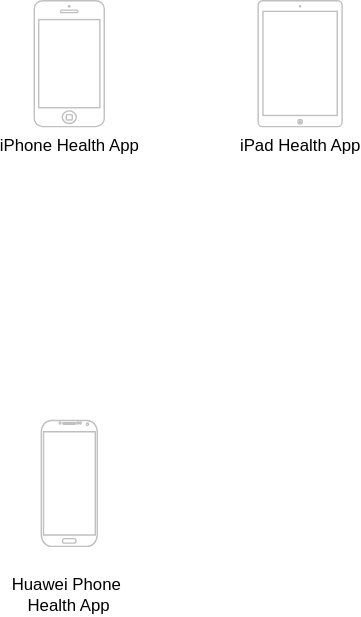
Earlier version of the draw.io export 运动健康云0层架构.drawio.svg (HuaHero/JavaGuide). Source tidied: cells renumbered, new cells last; positions are measured from the earlier drawing's top-left corner, leaving out a move shared by most shapes.
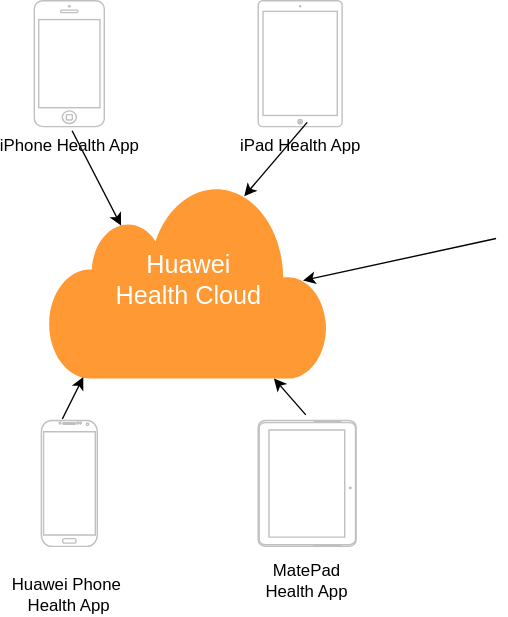
After the change.

Commit message:
更新运动健康云0层架构.drawio.svg

The edit, as a diff of the source:
```diff
@@ -2,7 +2,7 @@
   <root>
     <mxCell id="0" />
     <mxCell id="1" parent="0" />
-    <mxCell id="2" value="iPhone Health App" style="html=1;verticalLabelPosition=bottom;labelBackgroundColor=#ffffff;verticalAlign=top;shadow=0;dashed=0;strokeWidth=1;shape=mxgraph.ios7.misc.iphone;strokeColor=#c0c0c0;" parent="1" vertex="1">
+    <mxCell id="2" value="iPhone Health App" style="html=1;verticalLabelPosition=bottom;labelBackgroundColor=#ffffff;verticalAlign=top;shadow=0;dashed=0;strokeWidth=1;shape=mxgraph.ios7.misc.iphone;strokeColor=#C0C0C0;" parent="1" vertex="1">
       <mxGeometry x="20" width="50" height="90" as="geometry" />
     </mxCell>
     <mxCell id="3" value="iPad Health App" style="html=1;verticalLabelPosition=bottom;labelBackgroundColor=#ffffff;verticalAlign=top;shadow=0;dashed=0;strokeWidth=1;shape=mxgraph.ios7.misc.ipad13inch;strokeColor=#c0c0c0;" parent="1" vertex="1">
@@ -14,5 +14,36 @@
     <mxCell id="5" value="Huawei Phone&amp;nbsp; Health App" style="text;html=1;strokeColor=none;fillColor=none;align=center;verticalAlign=middle;whiteSpace=wrap;rounded=0;" parent="1" vertex="1">
       <mxGeometry y="410" width="90" height="30" as="geometry" />
     </mxCell>
+    <mxCell id="6" style="verticalLabelPosition=bottom;verticalAlign=top;html=1;shadow=0;dashed=0;strokeWidth=1;shape=mxgraph.android.tab2;strokeColor=#c0c0c0;" parent="1" vertex="1">
+      <mxGeometry x="180" y="300" width="70" height="90" as="geometry" />
+    </mxCell>
+    <mxCell id="7" value="MatePad &lt;br&gt;Health App" style="text;html=1;strokeColor=none;fillColor=none;align=center;verticalAlign=middle;whiteSpace=wrap;rounded=0;" parent="1" vertex="1">
+      <mxGeometry x="170" y="400" width="90" height="30" as="geometry" />
+    </mxCell>
+    <mxCell id="8" value="&lt;font style=&quot;font-size: 18px;&quot;&gt;Huawei &lt;br&gt;Health Cloud&lt;/font&gt;" style="html=1;outlineConnect=0;fillColor=#FF9933;strokeColor=none;gradientColor=none;gradientDirection=north;strokeWidth=1;shape=mxgraph.networks.cloud;fontColor=#ffffff;" parent="1" vertex="1">
+      <mxGeometry x="30" y="130" width="200" height="140" as="geometry" />
+    </mxCell>
+    <mxCell id="9" style="endArrow=classic;html=1;rounded=0;entryX=0.91;entryY=0.5;entryDx=0;entryDy=0;entryPerimeter=0;" parent="1" edge="1" target="8">
+      <mxGeometry relative="1" as="geometry">
+        <mxPoint x="350" y="170" as="sourcePoint" />
+      </mxGeometry>
+    </mxCell>
+    <mxCell id="10" style="endArrow=classic;html=1;rounded=0;entryX=0.7;entryY=0.07;entryDx=0;entryDy=0;entryPerimeter=0;" parent="1" edge="1" target="8">
+      <mxGeometry relative="1" as="geometry">
+        <mxPoint x="215" y="87" as="sourcePoint" />
+      </mxGeometry>
+    </mxCell>
+    <mxCell id="11" style="endArrow=classic;html=1;rounded=0;entryX=0.26;entryY=0.22;entryDx=0;entryDy=0;entryPerimeter=0;exitX=0.54;exitY=1.033;exitDx=0;exitDy=0;exitPerimeter=0;" parent="1" edge="1" source="2" target="8">
+      <mxGeometry relative="1" as="geometry" />
+    </mxCell>
+    <mxCell id="12" style="endArrow=classic;html=1;rounded=0;" parent="1" edge="1">
+      <mxGeometry relative="1" as="geometry">
+        <mxPoint x="40" y="299" as="sourcePoint" />
+        <mxPoint x="55" y="269" as="targetPoint" />
+      </mxGeometry>
+    </mxCell>
+    <mxCell id="13" style="endArrow=classic;html=1;rounded=0;exitX=0.486;exitY=-0.044;exitDx=0;exitDy=0;exitPerimeter=0;" parent="1" edge="1" source="6" target="8">
+      <mxGeometry relative="1" as="geometry" />
+    </mxCell>
   </root>
 </mxGraphModel>
```
